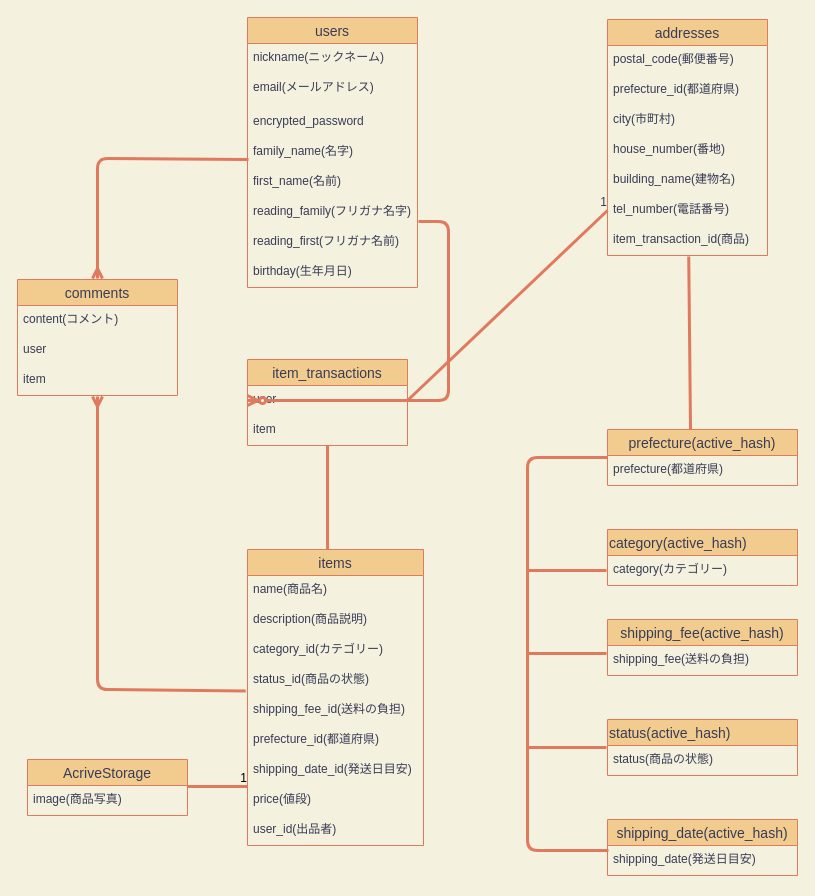
Earlier version of the draw.io diagram page "ページ1" (1 of 2) of test.dio (hidekicchan/furima-29087). Source tidied: cells renumbered, new cells numbered last; positions are measured from the earlier drawing's top-left corner, leaving out a move shared by most shapes. Both pictures are drawn from the tidied source at 100%, with x=0, y=0 at pixel (17, 17).
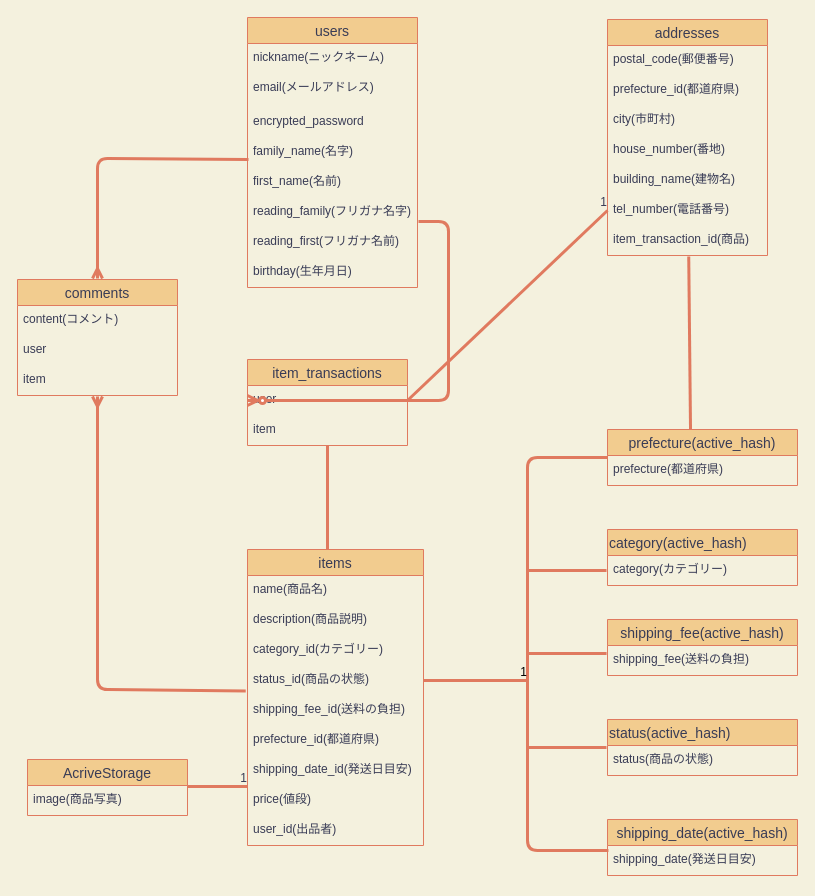
The same page after the edit.

The change refers to these unchanged cells:
```xml
<mxCell id="46" value="status_id(商品の状態)" style="text;strokeColor=none;fillColor=none;spacingLeft=4;spacingRight=4;overflow=hidden;points=[[0,0.5],[1,0.5]];portConstraint=eastwest;fontSize=12;fontColor=#393C56;" parent="42" vertex="1">
  <mxGeometry y="116" width="176" height="30" as="geometry" />
</mxCell>
<mxCell id="53" value="user" style="text;strokeColor=none;fillColor=none;spacingLeft=4;spacingRight=4;overflow=hidden;points=[[0,0.5],[1,0.5]];portConstraint=eastwest;fontSize=12;fontColor=#393C56;" parent="52" vertex="1">
  <mxGeometry y="26" width="160" height="30" as="geometry" />
</mxCell>
```

What changed in the source:
```diff
@@
-    <mxCell id="55" style="edgeStyle=entityRelationEdgeStyle;fontSize=12;html=1;endArrow=ERzeroToMany;endFill=1;strokeColor=#E07A5F;strokeWidth=3;fillColor=#F2CC8F;entryX=0;entryY=0.5;entryDx=0;entryDy=0;labelBackgroundColor=#F4F1DE;fontColor=#393C56;" parent="1" edge="1" target="53">
+    <mxCell id="55" style="edgeStyle=entityRelationEdgeStyle;fontSize=12;html=1;endArrow=ERzeroToMany;endFill=1;strokeColor=#E07A5F;strokeWidth=3;fillColor=#F2CC8F;entryX=0;entryY=0.5;entryDx=0;entryDy=0;fontColor=#393C56;labelBackgroundColor=#F4F1DE;" parent="1" edge="1" target="53">
       <mxGeometry relative="1" as="geometry">
         <mxPoint x="401" y="204" as="sourcePoint" />
       </mxGeometry>
     </mxCell>
@@
-    <mxCell id="60" style="endArrow=none;html=1;rounded=0;strokeColor=#E07A5F;fillColor=#F2CC8F;fontColor=#393C56;strokeWidth=3;" parent="1" edge="1">
+    <mxCell id="60" style="endArrow=none;html=1;rounded=0;strokeColor=#E07A5F;fillColor=#F2CC8F;fontColor=#393C56;strokeWidth=3;labelBackgroundColor=#F4F1DE;" parent="1" edge="1">
       <mxGeometry relative="1" as="geometry">
         <mxPoint x="170" y="769" as="sourcePoint" />
         <mxPoint x="230" y="769" as="targetPoint" />
       </mxGeometry>
     </mxCell>
-    <mxCell id="61" value="1" style="html=1;align=right;verticalAlign=bottom;" parent="60" vertex="1">
+    <mxCell id="61" value="1" style="html=1;align=right;verticalAlign=bottom;fillColor=#F2CC8F;strokeColor=#E07A5F;fontColor=#393C56;" parent="60" vertex="1">
       <mxGeometry x="1" relative="1" as="geometry" />
     </mxCell>
+    <mxCell id="62" style="endArrow=none;html=1;rounded=0;strokeColor=#E07A5F;fillColor=#F2CC8F;fontColor=#393C56;exitX=1;exitY=0.5;exitDx=0;exitDy=0;strokeWidth=3;" parent="1" edge="1" source="46">
+      <mxGeometry relative="1" as="geometry">
+        <mxPoint x="510" y="663" as="targetPoint" />
+      </mxGeometry>
+    </mxCell>
+    <mxCell id="63" value="1" style="html=1;align=right;verticalAlign=bottom;" parent="62" vertex="1">
+      <mxGeometry x="1" relative="1" as="geometry" />
+    </mxCell>
```
